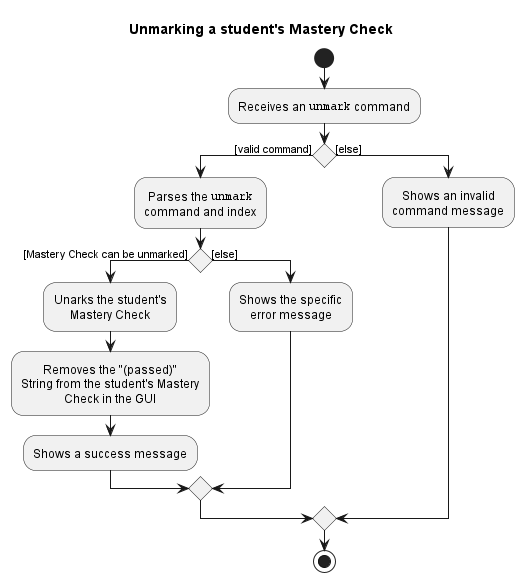
The PlantUML diagram docs/images/UnmarkCommandActivityDiagram.png in nus-cs2103-AY2223S1/tp, before a commit. Source of this version:
```plantuml
@startuml

!include style.puml
title Unmarking a student's Mastery Check

start

:Receives an ""unmark"" command;

if () then ([valid command])
    :Parses the ""unmark""
    command and index;

    if () then ([Mastery Check can be unmarked])

    :Unarks the student's
    Mastery Check;

    :Removes the "(passed)"
    String from the student's Mastery
    Check in the GUI;

    :Shows a success message;

    else ([else])

    :Shows the specific
    error message;

    endif

else ([else])

    :Shows an invalid
    command message;

endif

stop

@enduml
```
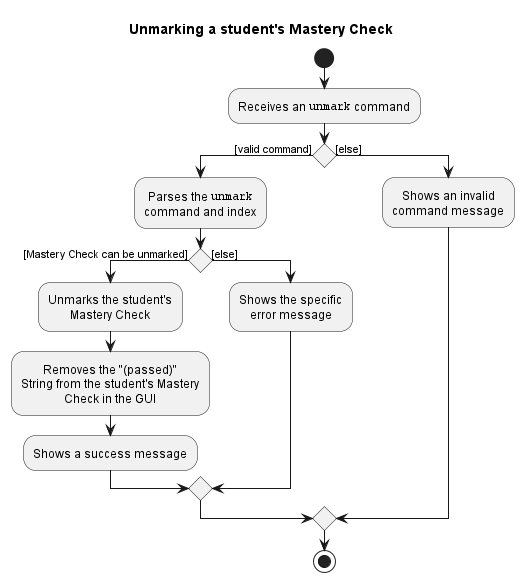
After the commit.

Commit message:
Fix typo in UnmarkCommandActivityDiagram, add rationale sections

Change to the diagram source:
```diff
@@ -13,7 +13,7 @@
 
     if () then ([Mastery Check can be unmarked])
 
-    :Unarks the student's
+    :Unmarks the student's
     Mastery Check;
 
     :Removes the "(passed)"
```
